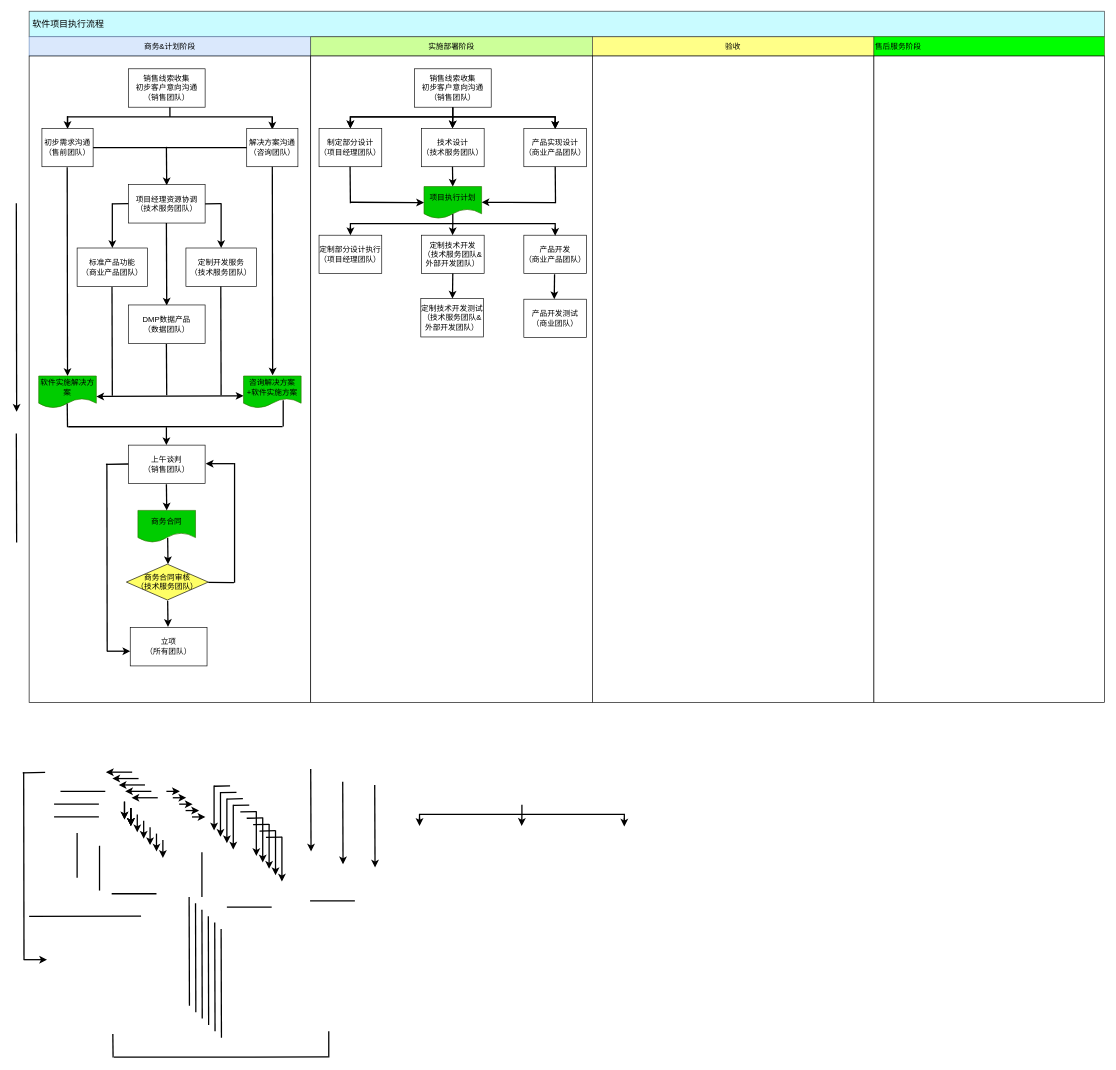
Above: 未命名绘图.drawio in pingxinerlun/Demo (draw.io), before the change. Source tidied: cells renumbered, new cells numbered last; positions are measured from the earlier drawing's top-left corner, leaving out a move shared by most shapes. Both pictures are drawn from the tidied source at 64%, with x=0, y=0 at pixel (16, 11).
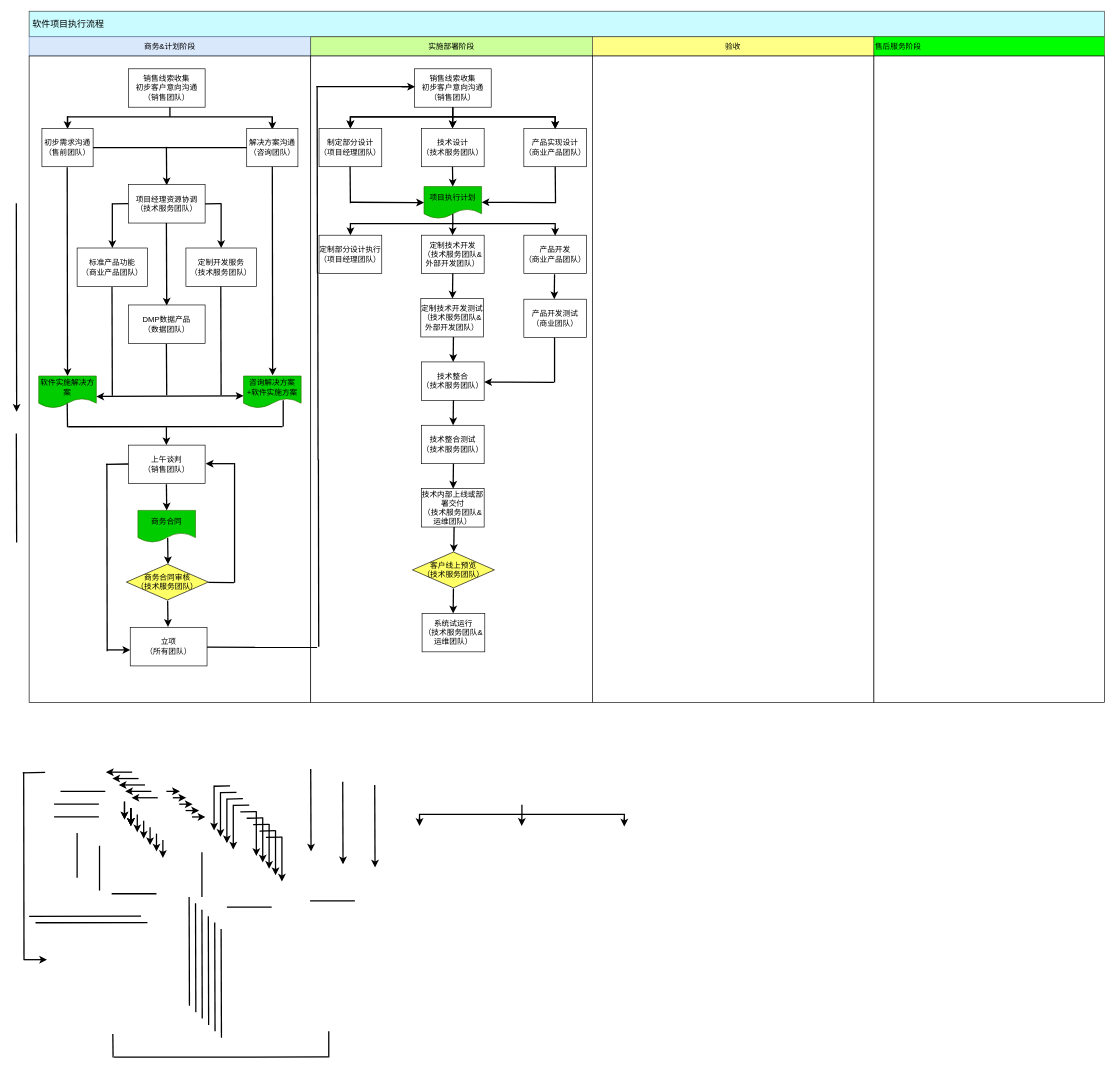
The same page after the edit.

Commit message:
实施部署图.drawio

What changed in the source:
```diff
@@
     <mxCell id="101" style="endArrow=classic;html=1;endSize=6;strokeWidth=2;entryX=-0.017;entryY=0.617;entryDx=0;entryDy=0;entryPerimeter=0;" parent="1" edge="1">
       <mxGeometry relative="1" as="geometry">
-        <mxPoint x="141.5" y="1000" as="sourcePoint" />
-        <mxPoint x="178" y="1000" as="targetPoint" />
+        <mxPoint x="141.5" y="998" as="sourcePoint" />
+        <mxPoint x="178" y="998" as="targetPoint" />
       </mxGeometry>
     </mxCell>
@@
+    <mxCell id="152" value="技术整合&lt;br&gt;（技术服务团队）" style="rounded=0;whiteSpace=wrap;html=1;fillColor=#FFFFFF;align=center;" parent="1" vertex="1">
+      <mxGeometry x="633" y="548" width="98" height="60" as="geometry" />
+    </mxCell>
+    <mxCell id="153" style="endArrow=classic;html=1;endSize=6;strokeWidth=2;" parent="1" edge="1">
+      <mxGeometry relative="1" as="geometry">
+        <mxPoint x="683" y="509" as="sourcePoint" />
+        <mxPoint x="682.5" y="548" as="targetPoint" />
+      </mxGeometry>
+    </mxCell>
+    <mxCell id="154" value="技术整合测试&lt;br&gt;（技术服务团队）" style="rounded=0;whiteSpace=wrap;html=1;fillColor=#FFFFFF;align=center;" parent="1" vertex="1">
+      <mxGeometry x="633" y="647" width="98" height="60" as="geometry" />
+    </mxCell>
+    <mxCell id="155" style="endArrow=classic;html=1;endSize=6;strokeWidth=2;" parent="1" edge="1">
+      <mxGeometry relative="1" as="geometry">
+        <mxPoint x="683" y="608" as="sourcePoint" />
+        <mxPoint x="682.5" y="647" as="targetPoint" />
+      </mxGeometry>
+    </mxCell>
+    <mxCell id="156" style="endArrow=classic;html=1;endSize=6;strokeWidth=2;entryX=0;entryY=0.5;entryDx=0;entryDy=0;" parent="1" edge="1">
+      <mxGeometry relative="1" as="geometry">
+        <mxPoint x="840" y="580" as="sourcePoint" />
+        <mxPoint x="731" y="579.5" as="targetPoint" />
+      </mxGeometry>
+    </mxCell>
+    <mxCell id="157" style="endArrow=none;html=1;strokeWidth=2;" parent="1" edge="1">
+      <mxGeometry relative="1" as="geometry">
+        <mxPoint x="841" y="580" as="sourcePoint" />
+        <mxPoint x="841" y="510" as="targetPoint" />
+      </mxGeometry>
+    </mxCell>
+    <mxCell id="158" value="技术内部上线或部署交付&lt;br&gt;（技术服务团队&amp;amp;运维团队）" style="rounded=0;whiteSpace=wrap;html=1;fillColor=#FFFFFF;align=center;" parent="1" vertex="1">
+      <mxGeometry x="633" y="746" width="98" height="60" as="geometry" />
+    </mxCell>
+    <mxCell id="159" style="endArrow=classic;html=1;endSize=6;strokeWidth=2;" parent="1" edge="1">
+      <mxGeometry relative="1" as="geometry">
+        <mxPoint x="683" y="707" as="sourcePoint" />
+        <mxPoint x="682.5" y="746" as="targetPoint" />
+      </mxGeometry>
+    </mxCell>
+    <mxCell id="160" value="客户线上预览&lt;br&gt;（技术服务团队）" style="rhombus;whiteSpace=wrap;html=1;align=center;fillColor=#FFFF66;" parent="1" vertex="1">
+      <mxGeometry x="619" y="845" width="128" height="56" as="geometry" />
+    </mxCell>
+    <mxCell id="161" style="endArrow=classic;html=1;endSize=6;strokeWidth=2;" parent="1" edge="1">
+      <mxGeometry relative="1" as="geometry">
+        <mxPoint x="684" y="806" as="sourcePoint" />
+        <mxPoint x="683.5" y="845" as="targetPoint" />
+      </mxGeometry>
+    </mxCell>
+    <mxCell id="162" value="系统试运行&lt;br&gt;（技术服务团队&amp;amp;运维团队）" style="rounded=0;whiteSpace=wrap;html=1;fillColor=#FFFFFF;align=center;" parent="1" vertex="1">
+      <mxGeometry x="634" y="941" width="98" height="60" as="geometry" />
+    </mxCell>
+    <mxCell id="163" style="endArrow=classic;html=1;endSize=6;strokeWidth=2;" parent="1" edge="1">
+      <mxGeometry relative="1" as="geometry">
+        <mxPoint x="683" y="902" as="sourcePoint" />
+        <mxPoint x="682.5" y="941" as="targetPoint" />
+      </mxGeometry>
+    </mxCell>
+    <mxCell id="164" style="endArrow=none;html=1;strokeWidth=2;exitX=0.023;exitY=0.671;exitDx=0;exitDy=0;exitPerimeter=0;" parent="1" edge="1">
+      <mxGeometry relative="1" as="geometry">
+        <mxPoint x="30" y="1424.3" as="sourcePoint" />
+        <mxPoint x="204.9" y="1424" as="targetPoint" />
+      </mxGeometry>
+    </mxCell>
+    <mxCell id="165" style="endArrow=none;html=1;strokeWidth=2;exitX=0.023;exitY=0.671;exitDx=0;exitDy=0;exitPerimeter=0;" parent="1" edge="1">
+      <mxGeometry relative="1" as="geometry">
+        <mxPoint x="298" y="993.8" as="sourcePoint" />
+        <mxPoint x="470" y="994" as="targetPoint" />
+      </mxGeometry>
+    </mxCell>
+    <mxCell id="166" style="endArrow=none;html=1;strokeWidth=2;" parent="1" edge="1">
+      <mxGeometry relative="1" as="geometry">
+        <mxPoint x="472.5" y="993" as="sourcePoint" />
+        <mxPoint x="472" y="700" as="targetPoint" />
+      </mxGeometry>
+    </mxCell>
+    <mxCell id="167" style="endArrow=none;html=1;strokeWidth=2;" parent="1" edge="1">
+      <mxGeometry relative="1" as="geometry">
+        <mxPoint x="471.5" y="701" as="sourcePoint" />
+        <mxPoint x="471" y="408" as="targetPoint" />
+      </mxGeometry>
+    </mxCell>
+    <mxCell id="168" style="endArrow=none;html=1;strokeWidth=2;" parent="1" edge="1">
+      <mxGeometry relative="1" as="geometry">
+        <mxPoint x="470.5" y="410" as="sourcePoint" />
+        <mxPoint x="470" y="117" as="targetPoint" />
+      </mxGeometry>
+    </mxCell>
+    <mxCell id="169" style="endArrow=none;html=1;strokeWidth=2;" parent="1" edge="1">
+      <mxGeometry relative="1" as="geometry">
+        <mxPoint x="469" y="118" as="sourcePoint" />
+        <mxPoint x="621" y="118" as="targetPoint" />
+      </mxGeometry>
+    </mxCell>
+    <mxCell id="170" style="endArrow=classic;html=1;endSize=6;strokeWidth=2;" parent="1" edge="1">
+      <mxGeometry relative="1" as="geometry">
+        <mxPoint x="602" y="118" as="sourcePoint" />
+        <mxPoint x="623" y="118" as="targetPoint" />
+      </mxGeometry>
+    </mxCell>
```
